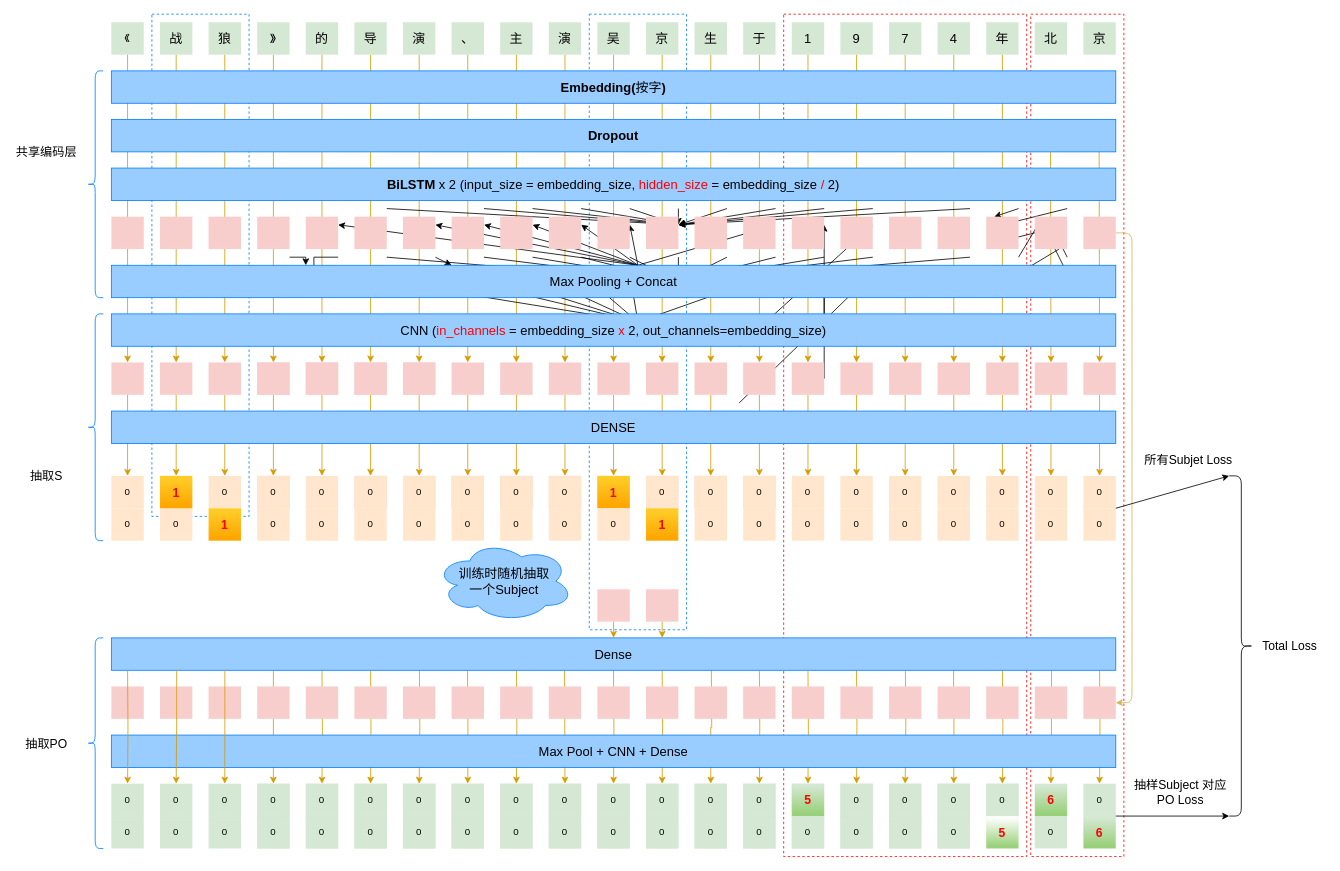
dataml-cn/playground keeps this draw.io diagram as 99_resources/11_img/Untitled Diagram.drawio. Above is the earlier version. Source tidied: cells renumbered, new cells numbered last; positions are measured from the earlier drawing's top-left corner, leaving out a move shared by most shapes. Both pictures are drawn from the tidied source at 81%, with x=0, y=0 at pixel (14, 14).
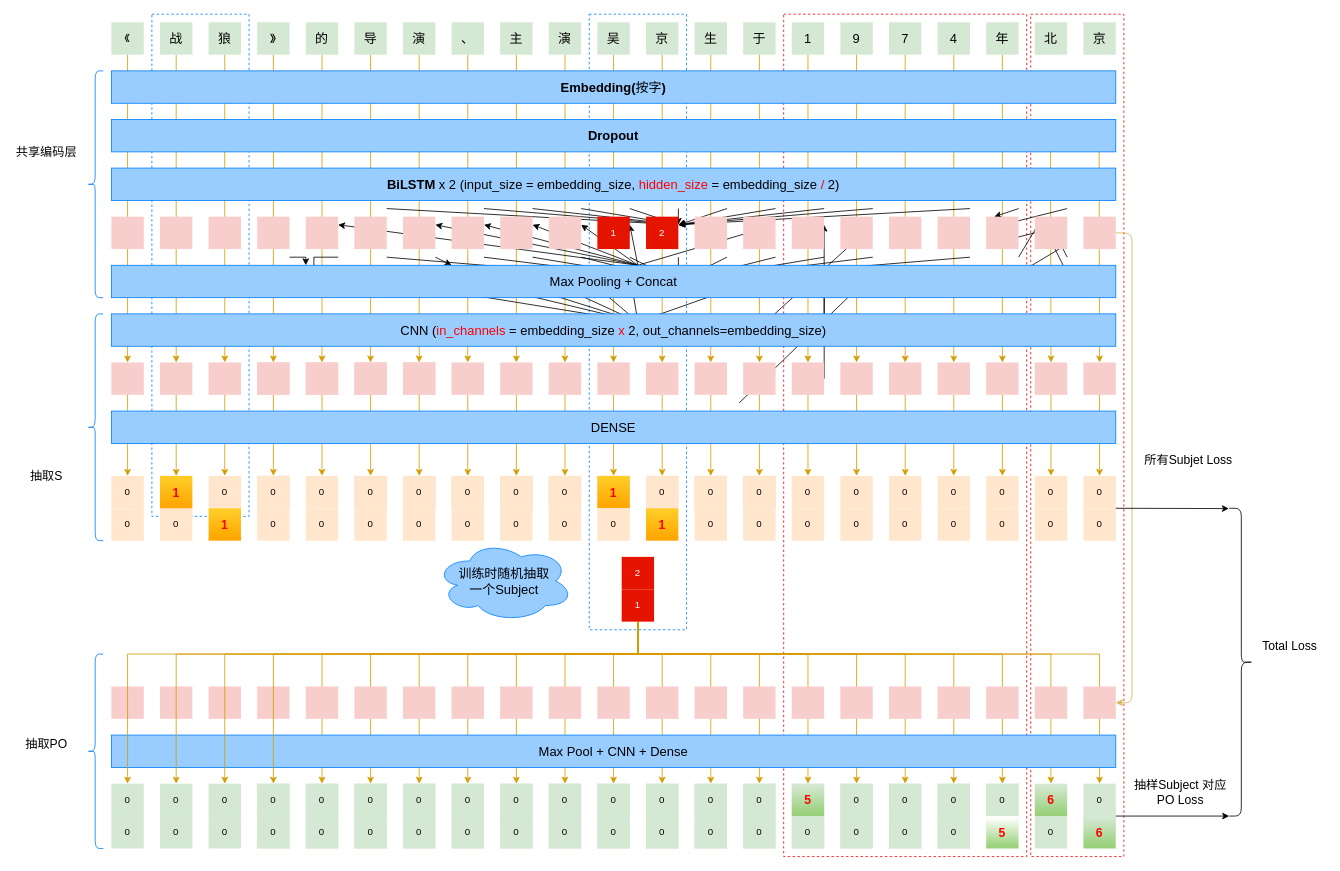
The same diagram, later.

Unchanged cells that the change refers to:
```xml
<mxCell id="236" value="0" style="shape=ext;double=1;rounded=0;whiteSpace=wrap;html=1;fillColor=#d5e8d4;strokeColor=none;" parent="1" vertex="1">
  <mxGeometry x="300" y="950" width="40" height="40" as="geometry" />
</mxCell>
<mxCell id="238" value="0" style="shape=ext;double=1;rounded=0;whiteSpace=wrap;html=1;fillColor=#d5e8d4;strokeColor=none;" parent="1" vertex="1">
  <mxGeometry x="360" y="950" width="40" height="40" as="geometry" />
</mxCell>
<mxCell id="240" value="0" style="shape=ext;double=1;rounded=0;whiteSpace=wrap;html=1;fillColor=#d5e8d4;strokeColor=none;" parent="1" vertex="1">
  <mxGeometry x="420" y="950" width="40" height="40" as="geometry" />
</mxCell>
<mxCell id="242" value="0" style="shape=ext;double=1;rounded=0;whiteSpace=wrap;html=1;fillColor=#d5e8d4;strokeColor=none;" parent="1" vertex="1">
  <mxGeometry x="480" y="950" width="40" height="40" as="geometry" />
</mxCell>
<mxCell id="244" value="0" style="shape=ext;double=1;rounded=0;whiteSpace=wrap;html=1;fillColor=#d5e8d4;strokeColor=none;" parent="1" vertex="1">
  <mxGeometry x="540" y="950" width="40" height="40" as="geometry" />
</mxCell>
<mxCell id="246" value="0" style="shape=ext;double=1;rounded=0;whiteSpace=wrap;html=1;fillColor=#d5e8d4;strokeColor=none;" parent="1" vertex="1">
  <mxGeometry x="600" y="950" width="40" height="40" as="geometry" />
</mxCell>
<mxCell id="248" value="0" style="shape=ext;double=1;rounded=0;whiteSpace=wrap;html=1;fillColor=#d5e8d4;strokeColor=none;" parent="1" vertex="1">
  <mxGeometry x="660" y="950" width="40" height="40" as="geometry" />
</mxCell>
<mxCell id="250" value="0" style="shape=ext;double=1;rounded=0;whiteSpace=wrap;html=1;fillColor=#d5e8d4;strokeColor=none;" parent="1" vertex="1">
  <mxGeometry x="720" y="950" width="40" height="40" as="geometry" />
</mxCell>
<mxCell id="252" value="0" style="shape=ext;double=1;rounded=0;whiteSpace=wrap;html=1;fillColor=#d5e8d4;strokeColor=none;" parent="1" vertex="1">
  <mxGeometry x="780" y="950" width="40" height="40" as="geometry" />
</mxCell>
<mxCell id="254" value="0" style="shape=ext;double=1;rounded=0;whiteSpace=wrap;html=1;fillColor=#d5e8d4;strokeColor=none;" parent="1" vertex="1">
  <mxGeometry x="840" y="950" width="40" height="40" as="geometry" />
</mxCell>
<mxCell id="256" value="0" style="shape=ext;double=1;rounded=0;whiteSpace=wrap;html=1;fillColor=#d5e8d4;strokeColor=none;" parent="1" vertex="1">
  <mxGeometry x="900" y="950" width="40" height="40" as="geometry" />
</mxCell>
<mxCell id="258" value="&lt;b&gt;&lt;font style=&quot;font-size: 15px&quot; color=&quot;#ff0000&quot;&gt;5&lt;/font&gt;&lt;/b&gt;" style="shape=ext;double=1;rounded=0;whiteSpace=wrap;html=1;fillColor=#d5e8d4;gradientColor=#97d077;strokeColor=none;" parent="1" vertex="1">
  <mxGeometry x="960" y="950" width="40" height="40" as="geometry" />
</mxCell>
<mxCell id="260" value="0" style="shape=ext;double=1;rounded=0;whiteSpace=wrap;html=1;fillColor=#d5e8d4;strokeColor=none;" parent="1" vertex="1">
  <mxGeometry x="1020" y="950" width="40" height="40" as="geometry" />
</mxCell>
<mxCell id="262" value="0" style="shape=ext;double=1;rounded=0;whiteSpace=wrap;html=1;fillColor=#d5e8d4;strokeColor=none;" parent="1" vertex="1">
  <mxGeometry x="1080" y="950" width="40" height="40" as="geometry" />
</mxCell>
<mxCell id="264" value="0" style="shape=ext;double=1;rounded=0;whiteSpace=wrap;html=1;fillColor=#d5e8d4;strokeColor=none;" parent="1" vertex="1">
  <mxGeometry x="1140" y="950" width="40" height="40" as="geometry" />
</mxCell>
<mxCell id="266" value="0" style="shape=ext;double=1;rounded=0;whiteSpace=wrap;html=1;fillColor=#d5e8d4;strokeColor=none;" parent="1" vertex="1">
  <mxGeometry x="1200" y="950" width="40" height="40" as="geometry" />
</mxCell>
<mxCell id="281" value="0" style="shape=ext;double=1;rounded=0;whiteSpace=wrap;html=1;fillColor=#ffe6cc;strokeColor=none;" parent="1" vertex="1">
  <mxGeometry x="1320" y="610" width="40" height="40" as="geometry" />
</mxCell>
<mxCell id="286" value="0" style="shape=ext;double=1;rounded=0;whiteSpace=wrap;html=1;fillColor=#d5e8d4;strokeColor=none;" parent="1" vertex="1">
  <mxGeometry x="1320" y="950" width="40" height="40" as="geometry" />
</mxCell>
<mxCell id="324" value="0" style="shape=ext;double=1;rounded=0;whiteSpace=wrap;html=1;fillColor=#d5e8d4;strokeColor=none;" parent="1" vertex="1">
  <mxGeometry x="240" y="950" width="40" height="40" as="geometry" />
</mxCell>
<mxCell id="326" value="0" style="shape=ext;double=1;rounded=0;whiteSpace=wrap;html=1;fillColor=#d5e8d4;strokeColor=none;" parent="1" vertex="1">
  <mxGeometry x="180" y="950" width="40" height="40" as="geometry" />
</mxCell>
<mxCell id="328" value="0" style="shape=ext;double=1;rounded=0;whiteSpace=wrap;html=1;fillColor=#d5e8d4;strokeColor=none;" parent="1" vertex="1">
  <mxGeometry x="120" y="950" width="40" height="40" as="geometry" />
</mxCell>
```

What changed in the source:
```diff
@@
     <mxCell id="11" style="edgeStyle=orthogonalEdgeStyle;rounded=0;jettySize=auto;html=1;fillColor=#ffe6cc;strokeColor=#d79b00;entryX=0.5;entryY=0;entryDx=0;entryDy=0;" parent="1" edge="1" target="286">
       <mxGeometry relative="1" as="geometry">
-        <mxPoint x="1340" y="810" as="sourcePoint" />
+        <mxPoint x="770" y="750" as="sourcePoint" />
+        <Array as="points">
+          <mxPoint x="770" y="790" />
+          <mxPoint x="1340" y="790" />
+        </Array>
       </mxGeometry>
     </mxCell>
-    <mxCell id="12" style="edgeStyle=orthogonalEdgeStyle;rounded=0;jettySize=auto;html=1;fillColor=#ffe6cc;strokeColor=#d79b00;entryX=0.5;entryY=0;entryDx=0;entryDy=0;exitX=0.936;exitY=1;exitDx=0;exitDy=0;exitPerimeter=0;" parent="1" edge="1" source="293">
+    <mxCell id="12" style="edgeStyle=orthogonalEdgeStyle;rounded=0;jettySize=auto;html=1;fillColor=#ffe6cc;strokeColor=#d79b00;entryX=0.5;entryY=0;entryDx=0;entryDy=0;exitX=0.5;exitY=1;exitDx=0;exitDy=0;" parent="1" edge="1" source="300">
       <mxGeometry relative="1" as="geometry">
         <mxPoint x="1279.9" y="950" as="targetPoint" />
+        <Array as="points">
+          <mxPoint x="770" y="790" />
+          <mxPoint x="1280" y="790" />
+        </Array>
       </mxGeometry>
     </mxCell>
@@
     <mxCell id="23" style="edgeStyle=orthogonalEdgeStyle;rounded=0;jettySize=auto;html=1;fillColor=#ffe6cc;strokeColor=#d79b00;entryX=0.5;entryY=0;entryDx=0;entryDy=0;" parent="1" edge="1" target="252">
       <mxGeometry relative="1" as="geometry">
-        <mxPoint x="800" y="810" as="sourcePoint" />
+        <mxPoint x="770" y="750" as="sourcePoint" />
+        <Array as="points">
+          <mxPoint x="770" y="790" />
+          <mxPoint x="800" y="790" />
+        </Array>
       </mxGeometry>
     </mxCell>
-    <mxCell id="24" style="edgeStyle=orthogonalEdgeStyle;rounded=0;jettySize=auto;html=1;fillColor=#ffe6cc;strokeColor=#d79b00;exitX=0.529;exitY=0.995;exitDx=0;exitDy=0;exitPerimeter=0;" parent="1" edge="1" target="254">
+    <mxCell id="24" style="edgeStyle=orthogonalEdgeStyle;rounded=0;jettySize=auto;html=1;fillColor=#ffe6cc;strokeColor=#d79b00;" parent="1" edge="1" target="254">
       <mxGeometry relative="1" as="geometry">
-        <mxPoint x="860.7" y="809.8" as="sourcePoint" />
+        <mxPoint x="770" y="750" as="sourcePoint" />
+        <Array as="points">
+          <mxPoint x="770" y="790" />
+          <mxPoint x="860" y="790" />
+        </Array>
       </mxGeometry>
     </mxCell>
     <mxCell id="25" style="edgeStyle=orthogonalEdgeStyle;rounded=0;jettySize=auto;html=1;fillColor=#ffe6cc;strokeColor=#d79b00;entryX=0.5;entryY=0;entryDx=0;entryDy=0;" parent="1" edge="1" target="256">
       <mxGeometry relative="1" as="geometry">
-        <mxPoint x="920" y="810" as="sourcePoint" />
+        <mxPoint x="770" y="750" as="sourcePoint" />
+        <Array as="points">
+          <mxPoint x="770" y="790" />
+          <mxPoint x="920" y="790" />
+        </Array>
       </mxGeometry>
     </mxCell>
     <mxCell id="26" style="edgeStyle=orthogonalEdgeStyle;rounded=0;jettySize=auto;html=1;fillColor=#ffe6cc;strokeColor=#d79b00;" parent="1" edge="1" target="258">
       <mxGeometry relative="1" as="geometry">
-        <mxPoint x="980" y="810" as="sourcePoint" />
+        <mxPoint x="770" y="750" as="sourcePoint" />
+        <Array as="points">
+          <mxPoint x="770" y="790" />
+          <mxPoint x="980" y="790" />
+        </Array>
       </mxGeometry>
     </mxCell>
-    <mxCell id="27" style="edgeStyle=orthogonalEdgeStyle;rounded=0;jettySize=auto;html=1;fillColor=#ffe6cc;strokeColor=#d79b00;exitX=0.698;exitY=1;exitDx=0;exitDy=0;exitPerimeter=0;" parent="1" edge="1" target="260">
+    <mxCell id="27" style="edgeStyle=orthogonalEdgeStyle;rounded=0;jettySize=auto;html=1;fillColor=#ffe6cc;strokeColor=#d79b00;" parent="1" edge="1" target="260">
       <mxGeometry relative="1" as="geometry">
-        <mxPoint x="1039.9" y="810" as="sourcePoint" />
+        <mxPoint x="770" y="750" as="sourcePoint" />
+        <Array as="points">
+          <mxPoint x="770" y="790" />
+          <mxPoint x="1040" y="790" />
+        </Array>
       </mxGeometry>
     </mxCell>
-    <mxCell id="28" style="edgeStyle=orthogonalEdgeStyle;rounded=0;jettySize=auto;html=1;fillColor=#ffe6cc;strokeColor=#d79b00;entryX=0.5;entryY=0;entryDx=0;entryDy=0;exitX=0.755;exitY=0.996;exitDx=0;exitDy=0;exitPerimeter=0;" parent="1" edge="1" target="262">
+    <mxCell id="28" style="edgeStyle=orthogonalEdgeStyle;rounded=0;jettySize=auto;html=1;fillColor=#ffe6cc;strokeColor=#d79b00;entryX=0.5;entryY=0;entryDx=0;entryDy=0;" parent="1" edge="1" target="262">
       <mxGeometry relative="1" as="geometry">
-        <mxPoint x="1100.3" y="809.8" as="sourcePoint" />
+        <mxPoint x="770" y="750" as="sourcePoint" />
+        <Array as="points">
+          <mxPoint x="770" y="790" />
+          <mxPoint x="1100" y="790" />
+        </Array>
       </mxGeometry>
     </mxCell>
-    <mxCell id="29" style="edgeStyle=orthogonalEdgeStyle;rounded=0;jettySize=auto;html=1;fillColor=#ffe6cc;strokeColor=#d79b00;entryX=0.5;entryY=0;entryDx=0;entryDy=0;exitX=0.811;exitY=0.996;exitDx=0;exitDy=0;exitPerimeter=0;" parent="1" edge="1" target="264">
+    <mxCell id="29" style="edgeStyle=orthogonalEdgeStyle;rounded=0;jettySize=auto;html=1;fillColor=#ffe6cc;strokeColor=#d79b00;entryX=0.5;entryY=0;entryDx=0;entryDy=0;exitX=0.5;exitY=1;exitDx=0;exitDy=0;" parent="1" edge="1" source="300" target="264">
       <mxGeometry relative="1" as="geometry">
-        <mxPoint x="1159.7" y="809.8" as="sourcePoint" />
+        <Array as="points">
+          <mxPoint x="770" y="790" />
+          <mxPoint x="1160" y="790" />
+        </Array>
       </mxGeometry>
     </mxCell>
-    <mxCell id="30" style="edgeStyle=orthogonalEdgeStyle;rounded=0;jettySize=auto;html=1;fillColor=#ffe6cc;strokeColor=#d79b00;entryX=0.5;entryY=0;entryDx=0;entryDy=0;exitX=0.868;exitY=1;exitDx=0;exitDy=0;exitPerimeter=0;" parent="1" edge="1" target="266">
+    <mxCell id="30" style="edgeStyle=orthogonalEdgeStyle;rounded=0;jettySize=auto;html=1;fillColor=#ffe6cc;strokeColor=#d79b00;entryX=0.5;entryY=0;entryDx=0;entryDy=0;" parent="1" edge="1" target="266">
       <mxGeometry relative="1" as="geometry">
-        <mxPoint x="1220.1" y="810" as="sourcePoint" />
+        <mxPoint x="770" y="750" as="sourcePoint" />
+        <Array as="points">
+          <mxPoint x="770" y="790" />
+          <mxPoint x="1220" y="790" />
+        </Array>
       </mxGeometry>
     </mxCell>
     <mxCell id="31" style="edgeStyle=orthogonalEdgeStyle;rounded=0;jettySize=auto;html=1;fillColor=#ffe6cc;strokeColor=#d79b00;entryX=0.5;entryY=0;entryDx=0;entryDy=0;" parent="1" edge="1" target="238">
       <mxGeometry relative="1" as="geometry">
-        <mxPoint x="380" y="810" as="sourcePoint" />
+        <mxPoint x="770" y="750" as="sourcePoint" />
+        <Array as="points">
+          <mxPoint x="770" y="790" />
+          <mxPoint x="380" y="790" />
+        </Array>
       </mxGeometry>
     </mxCell>
-    <mxCell id="32" style="edgeStyle=orthogonalEdgeStyle;rounded=0;jettySize=auto;html=1;fillColor=#ffe6cc;strokeColor=#d79b00;entryX=0.5;entryY=0;entryDx=0;entryDy=0;" parent="1" edge="1" target="236">
-      <mxGeometry relative="1" as="geometry">
-        <mxPoint x="320" y="810" as="sourcePoint" />
-        <Array as="points">
-          <mxPoint x="320" y="812" />
-        </Array>
-      </mxGeometry>
-    </mxCell>
     <mxCell id="33" style="edgeStyle=orthogonalEdgeStyle;rounded=0;jettySize=auto;html=1;fillColor=#ffe6cc;strokeColor=#d79b00;entryX=0.5;entryY=0;entryDx=0;entryDy=0;" parent="1" edge="1" target="240">
       <mxGeometry relative="1" as="geometry">
-        <mxPoint x="440" y="810" as="sourcePoint" />
+        <mxPoint x="770" y="750" as="sourcePoint" />
+        <Array as="points">
+          <mxPoint x="770" y="790" />
+          <mxPoint x="440" y="790" />
+        </Array>
       </mxGeometry>
     </mxCell>
-    <mxCell id="34" style="edgeStyle=orthogonalEdgeStyle;rounded=0;jettySize=auto;html=1;fillColor=#ffe6cc;strokeColor=#d79b00;entryX=0.5;entryY=0;entryDx=0;entryDy=0;exitX=0.189;exitY=0.995;exitDx=0;exitDy=0;exitPerimeter=0;" parent="1" edge="1" target="242">
+    <mxCell id="34" style="edgeStyle=orthogonalEdgeStyle;rounded=0;jettySize=auto;html=1;fillColor=#ffe6cc;strokeColor=#d79b00;entryX=0.5;entryY=0;entryDx=0;entryDy=0;" parent="1" edge="1" target="242">
       <mxGeometry relative="1" as="geometry">
-        <mxPoint x="500.3" y="809.8" as="sourcePoint" />
+        <mxPoint x="770" y="750" as="sourcePoint" />
+        <Array as="points">
+          <mxPoint x="770" y="790" />
+          <mxPoint x="500" y="790" />
+        </Array>
       </mxGeometry>
     </mxCell>
-    <mxCell id="35" style="edgeStyle=orthogonalEdgeStyle;rounded=0;jettySize=auto;html=1;fillColor=#ffe6cc;strokeColor=#d79b00;exitX=0.245;exitY=0.995;exitDx=0;exitDy=0;exitPerimeter=0;" parent="1" edge="1" target="244">
+    <mxCell id="35" style="edgeStyle=orthogonalEdgeStyle;rounded=0;jettySize=auto;html=1;fillColor=#ffe6cc;strokeColor=#d79b00;" parent="1" edge="1" target="244">
       <mxGeometry relative="1" as="geometry">
-        <mxPoint x="559.7" y="809.8" as="sourcePoint" />
+        <mxPoint x="770" y="750" as="sourcePoint" />
+        <Array as="points">
+          <mxPoint x="770" y="790" />
+          <mxPoint x="560" y="790" />
+        </Array>
       </mxGeometry>
     </mxCell>
-    <mxCell id="36" style="edgeStyle=orthogonalEdgeStyle;rounded=0;jettySize=auto;html=1;fillColor=#ffe6cc;strokeColor=#d79b00;exitX=0.302;exitY=1.001;exitDx=0;exitDy=0;exitPerimeter=0;" parent="1" edge="1" target="246">
+    <mxCell id="36" style="edgeStyle=orthogonalEdgeStyle;rounded=0;jettySize=auto;html=1;fillColor=#ffe6cc;strokeColor=#d79b00;" parent="1" edge="1" target="246">
       <mxGeometry relative="1" as="geometry">
-        <mxPoint x="620.1" y="810" as="sourcePoint" />
+        <mxPoint x="770" y="750" as="sourcePoint" />
+        <Array as="points">
+          <mxPoint x="770" y="790" />
+          <mxPoint x="620" y="790" />
+        </Array>
       </mxGeometry>
     </mxCell>
-    <mxCell id="37" style="edgeStyle=orthogonalEdgeStyle;rounded=0;jettySize=auto;html=1;fillColor=#ffe6cc;strokeColor=#d79b00;entryX=0.5;entryY=0;entryDx=0;entryDy=0;exitX=0.358;exitY=0.995;exitDx=0;exitDy=0;exitPerimeter=0;" parent="1" edge="1" target="248">
+    <mxCell id="37" style="edgeStyle=orthogonalEdgeStyle;rounded=0;jettySize=auto;html=1;fillColor=#ffe6cc;strokeColor=#d79b00;entryX=0.5;entryY=0;entryDx=0;entryDy=0;" parent="1" edge="1" target="248">
       <mxGeometry relative="1" as="geometry">
-        <mxPoint x="679.5" y="809.8" as="sourcePoint" />
+        <mxPoint x="770" y="750" as="sourcePoint" />
+        <Array as="points">
+          <mxPoint x="770" y="790" />
+          <mxPoint x="680" y="790" />
+        </Array>
       </mxGeometry>
     </mxCell>
-    <mxCell id="38" style="edgeStyle=orthogonalEdgeStyle;rounded=0;jettySize=auto;html=1;fillColor=#ffe6cc;strokeColor=#d79b00;entryX=0.5;entryY=0;entryDx=0;entryDy=0;exitX=0.415;exitY=1.001;exitDx=0;exitDy=0;exitPerimeter=0;" parent="1" edge="1" target="250">
+    <mxCell id="38" style="edgeStyle=orthogonalEdgeStyle;rounded=0;jettySize=auto;html=1;fillColor=#ffe6cc;strokeColor=#d79b00;entryX=0.5;entryY=0;entryDx=0;entryDy=0;" parent="1" edge="1" target="250">
       <mxGeometry relative="1" as="geometry">
-        <mxPoint x="739.9" y="810" as="sourcePoint" />
+        <mxPoint x="770" y="750" as="sourcePoint" />
+        <Array as="points">
+          <mxPoint x="770" y="790" />
+          <mxPoint x="740" y="790" />
+        </Array>
       </mxGeometry>
     </mxCell>
@@
-    <mxCell id="202" style="edgeStyle=orthogonalEdgeStyle;rounded=0;orthogonalLoop=1;jettySize=auto;html=1;exitX=0.5;exitY=1;exitDx=0;exitDy=0;fillColor=#ffe6cc;strokeColor=#d79b00;" parent="1" edge="1">
-      <mxGeometry relative="1" as="geometry">
-        <mxPoint x="740" y="750" as="sourcePoint" />
-        <mxPoint x="740" y="770" as="targetPoint" />
-      </mxGeometry>
-    </mxCell>
-    <mxCell id="203" style="edgeStyle=orthogonalEdgeStyle;rounded=0;orthogonalLoop=1;jettySize=auto;html=1;exitX=0.5;exitY=1;exitDx=0;exitDy=0;fillColor=#ffe6cc;strokeColor=#d79b00;" parent="1" edge="1">
-      <mxGeometry relative="1" as="geometry">
-        <mxPoint x="800" y="750" as="sourcePoint" />
-        <mxPoint x="800" y="770" as="targetPoint" />
-      </mxGeometry>
-    </mxCell>
@@
-    <mxCell id="293" value="&lt;font style=&quot;font-size: 16px&quot;&gt;Dense&lt;/font&gt;" style="rounded=0;whiteSpace=wrap;html=1;shadow=0;glass=0;sketch=0;strokeColor=#007FFF;gradientColor=none;fillColor=#99CCFF;" parent="1" vertex="1">
-      <mxGeometry x="120" y="770" width="1240" height="40" as="geometry" />
-    </mxCell>
@@
-    <mxCell id="300" style="shape=ext;double=1;rounded=0;whiteSpace=wrap;html=1;fillColor=#f8cecc;strokeColor=none;" parent="1" vertex="1">
-      <mxGeometry x="720" y="710" width="40" height="40" as="geometry" />
+    <mxCell id="300" value="1" style="shape=ext;double=1;rounded=0;whiteSpace=wrap;html=1;fillColor=#e51400;fontColor=#ffffff;strokeColor=none;" parent="1" vertex="1">
+      <mxGeometry x="750" y="710" width="40" height="40" as="geometry" />
     </mxCell>
-    <mxCell id="301" style="shape=ext;double=1;rounded=0;whiteSpace=wrap;html=1;fillColor=#f8cecc;strokeColor=none;" parent="1" vertex="1">
-      <mxGeometry x="780" y="710" width="40" height="40" as="geometry" />
+    <mxCell id="301" value="2" style="shape=ext;double=1;rounded=0;whiteSpace=wrap;html=1;fontColor=#ffffff;fillColor=#e51400;strokeColor=none;" parent="1" vertex="1">
+      <mxGeometry x="750" y="670" width="40" height="40" as="geometry" />
     </mxCell>
     <mxCell id="302" style="shape=curlyBracket;whiteSpace=wrap;html=1;rounded=1;shadow=0;glass=0;sketch=0;strokeColor=#007FFF;gradientColor=none;size=0.5;" parent="1" vertex="1">
-      <mxGeometry x="90" y="770" width="20" height="260" as="geometry" />
+      <mxGeometry x="90" y="790" width="20" height="240" as="geometry" />
     </mxCell>
@@
     <mxCell id="304" style="shape=curlyBracket;whiteSpace=wrap;html=1;rounded=1;fillColor=#ffffff;size=0.5;rotation=-180;" parent="1" vertex="1">
-      <mxGeometry x="1500" y="570" width="30" height="420" as="geometry" />
+      <mxGeometry x="1500" y="610" width="30" height="380" as="geometry" />
     </mxCell>
@@
-    <mxCell id="306" style="endArrow=classic;html=1;exitX=1;exitY=0;exitDx=0;exitDy=0;" parent="1" edge="1" source="281">
-      <mxGeometry relative="1" as="geometry">
-        <mxPoint x="1500" y="570" as="targetPoint" />
-      </mxGeometry>
+    <mxCell id="306" style="endArrow=classic;html=1;exitX=1;exitY=0;exitDx=0;exitDy=0;entryX=1.014;entryY=0.999;entryDx=0;entryDy=0;entryPerimeter=0;" parent="1" edge="1" source="281" target="304">
+      <mxGeometry relative="1" as="geometry" />
     </mxCell>
@@
-    <mxCell id="333" style="edgeStyle=orthogonalEdgeStyle;rounded=0;jettySize=auto;html=1;fillColor=#ffe6cc;strokeColor=#d79b00;entryX=0.5;entryY=0;entryDx=0;entryDy=0;exitX=0.113;exitY=1;exitDx=0;exitDy=0;exitPerimeter=0;" parent="1" edge="1" source="293" target="324">
-      <mxGeometry relative="1" as="geometry" />
+    <mxCell id="333" style="edgeStyle=orthogonalEdgeStyle;rounded=0;jettySize=auto;html=1;fillColor=#ffe6cc;strokeColor=#d79b00;entryX=0.5;entryY=0;entryDx=0;entryDy=0;" parent="1" edge="1" target="324">
+      <mxGeometry relative="1" as="geometry">
+        <mxPoint x="770" y="750" as="sourcePoint" />
+        <Array as="points">
+          <mxPoint x="770" y="790" />
+          <mxPoint x="260" y="790" />
+        </Array>
+      </mxGeometry>
     </mxCell>
-    <mxCell id="334" style="edgeStyle=orthogonalEdgeStyle;rounded=0;jettySize=auto;html=1;fillColor=#ffe6cc;strokeColor=#d79b00;entryX=0.5;entryY=0;entryDx=0;entryDy=0;exitX=0.065;exitY=1;exitDx=0;exitDy=0;exitPerimeter=0;" parent="1" edge="1" source="293" target="326">
-      <mxGeometry relative="1" as="geometry" />
+    <mxCell id="334" style="edgeStyle=orthogonalEdgeStyle;rounded=0;jettySize=auto;html=1;fillColor=#ffe6cc;strokeColor=#d79b00;entryX=0.5;entryY=0;entryDx=0;entryDy=0;" parent="1" edge="1" target="326">
+      <mxGeometry relative="1" as="geometry">
+        <mxPoint x="770" y="750" as="sourcePoint" />
+        <Array as="points">
+          <mxPoint x="770" y="790" />
+          <mxPoint x="200" y="790" />
+        </Array>
+      </mxGeometry>
     </mxCell>
     <mxCell id="335" style="edgeStyle=orthogonalEdgeStyle;rounded=0;jettySize=auto;html=1;fillColor=#ffe6cc;strokeColor=#d79b00;entryX=0.5;entryY=0;entryDx=0;entryDy=0;" parent="1" edge="1" target="328">
       <mxGeometry relative="1" as="geometry">
-        <mxPoint x="140" y="810" as="sourcePoint" />
+        <mxPoint x="770" y="750" as="sourcePoint" />
+        <Array as="points">
+          <mxPoint x="770" y="790" />
+          <mxPoint x="140" y="790" />
+        </Array>
       </mxGeometry>
     </mxCell>
@@
-    <mxCell id="341" style="shape=ext;double=1;rounded=0;whiteSpace=wrap;html=1;fillColor=#f8cecc;strokeColor=none;" parent="1" vertex="1">
+    <mxCell id="341" value="1" style="shape=ext;double=1;rounded=0;whiteSpace=wrap;html=1;fillColor=#e51400;fontColor=#ffffff;strokeColor=none;" parent="1" vertex="1">
       <mxGeometry x="720" y="250" width="40" height="40" as="geometry" />
     </mxCell>
-    <mxCell id="342" style="shape=ext;double=1;rounded=0;whiteSpace=wrap;html=1;fillColor=#f8cecc;strokeColor=none;" parent="1" vertex="1">
+    <mxCell id="342" value="2" style="shape=ext;double=1;rounded=0;whiteSpace=wrap;html=1;fillColor=#e51400;fontColor=#ffffff;strokeColor=none;" parent="1" vertex="1">
       <mxGeometry x="780" y="250" width="40" height="40" as="geometry" />
     </mxCell>
@@
+    <mxCell id="361" style="edgeStyle=orthogonalEdgeStyle;rounded=0;jettySize=auto;html=1;fillColor=#ffe6cc;strokeColor=#d79b00;exitX=0.5;exitY=1;exitDx=0;exitDy=0;entryX=0.5;entryY=0;entryDx=0;entryDy=0;" parent="1" edge="1" source="300" target="236">
+      <mxGeometry relative="1" as="geometry">
+        <Array as="points">
+          <mxPoint x="770" y="790" />
+          <mxPoint x="320" y="790" />
+        </Array>
+      </mxGeometry>
+    </mxCell>
```
